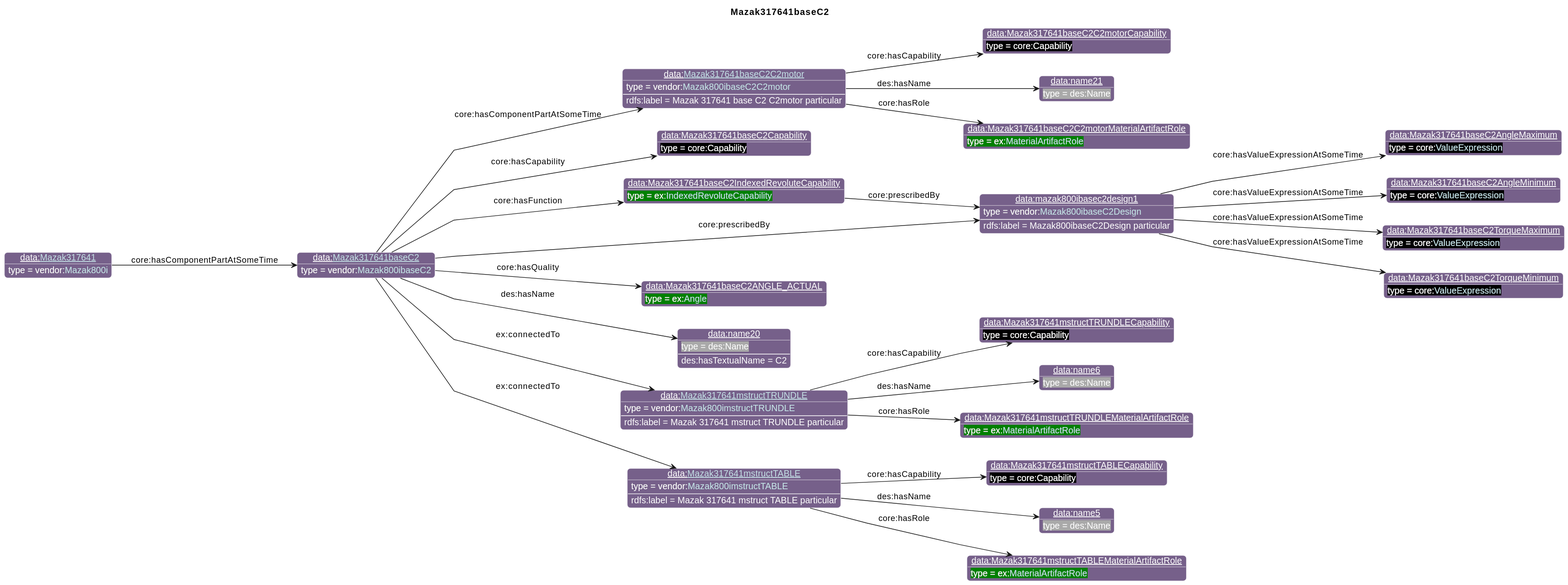
Above: diagrams/Mazak317641baseC2.svg in iofoundry/example-syseng-mtconnect (PlantUML), before the change.
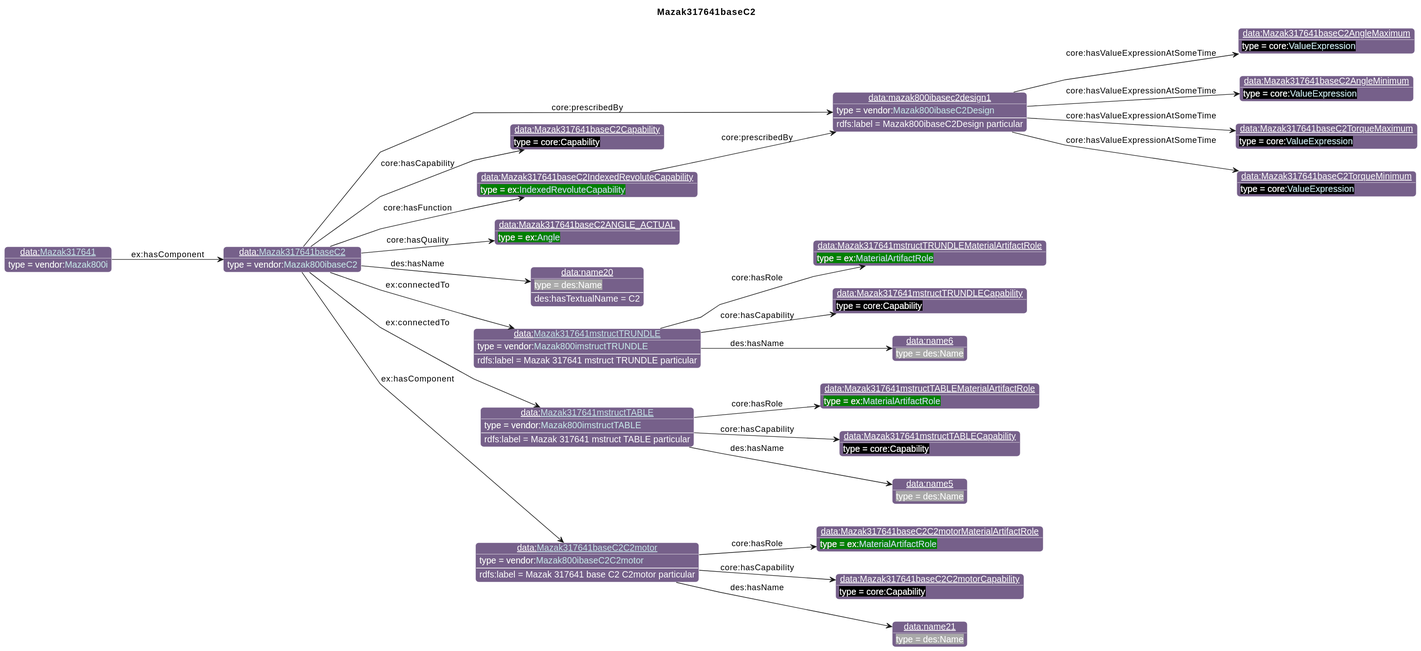
Later version of the same file.

The edit, as a diff of the source:
```diff
@@ -32,21 +32,21 @@
 individual(o4, data:Mazak317641baseC2TorqueMaximum, core:[[https://spec.industrialontologies.org/ontology/core/Core/ValueExpression ValueExpression]])
 individual(o5, data:Mazak317641baseC2TorqueMinimum, core:[[https://spec.industrialontologies.org/ontology/core/Core/ValueExpression ValueExpression]])
 individual(o6, data:Mazak317641baseC2Capability, core:Capability)
-individual(o7, data:[[./Mazak317641baseC2C2motor.html Mazak317641baseC2C2motor]], vendor:[[../Mazak.html#Mazak800ibaseC2C2motor Mazak800ibaseC2C2motor]])
-individual(o8, data:Mazak317641baseC2C2motorMaterialArtifactRole, ex:[[../Example.html#MaterialArtifactRole MaterialArtifactRole]])
-individual(o9, data:Mazak317641baseC2C2motorCapability, core:Capability)
-individual(o10, data:name21, des:Name)
-individual(o11, data:Mazak317641baseC2IndexedRevoluteCapability, ex:[[../Example.html#IndexedRevoluteCapability IndexedRevoluteCapability]])
-individual(o12, data:Mazak317641baseC2ANGLE_ACTUAL, ex:[[../Example.html#Angle Angle]])
-individual(o13, data:name20, des:Name)
-individual(o14, data:[[./Mazak317641mstructTRUNDLE.html Mazak317641mstructTRUNDLE]], vendor:[[../Mazak.html#Mazak800imstructTRUNDLE Mazak800imstructTRUNDLE]])
-individual(o15, data:Mazak317641mstructTRUNDLEMaterialArtifactRole, ex:[[../Example.html#MaterialArtifactRole MaterialArtifactRole]])
-individual(o16, data:Mazak317641mstructTRUNDLECapability, core:Capability)
-individual(o17, data:name6, des:Name)
-individual(o18, data:[[./Mazak317641mstructTABLE.html Mazak317641mstructTABLE]], vendor:[[../Mazak.html#Mazak800imstructTABLE Mazak800imstructTABLE]])
-individual(o19, data:Mazak317641mstructTABLEMaterialArtifactRole, ex:[[../Example.html#MaterialArtifactRole MaterialArtifactRole]])
-individual(o20, data:Mazak317641mstructTABLECapability, core:Capability)
-individual(o21, data:name5, des:Name)
+individual(o7, data:Mazak317641baseC2IndexedRevoluteCapability, ex:[[../Example.html#IndexedRevoluteCapability IndexedRevoluteCapability]])
+individual(o8, data:Mazak317641baseC2ANGLE_ACTUAL, ex:[[../Example.html#Angle Angle]])
+individual(o9, data:name20, des:Name)
+individual(o10, data:[[./Mazak317641mstructTRUNDLE.html Mazak317641mstructTRUNDLE]], vendor:[[../Mazak.html#Mazak800imstructTRUNDLE Mazak800imstructTRUNDLE]])
+individual(o11, data:Mazak317641mstructTRUNDLEMaterialArtifactRole, ex:[[../Example.html#MaterialArtifactRole MaterialArtifactRole]])
+individual(o12, data:Mazak317641mstructTRUNDLECapability, core:Capability)
+individual(o13, data:name6, des:Name)
+individual(o14, data:[[./Mazak317641mstructTABLE.html Mazak317641mstructTABLE]], vendor:[[../Mazak.html#Mazak800imstructTABLE Mazak800imstructTABLE]])
+individual(o15, data:Mazak317641mstructTABLEMaterialArtifactRole, ex:[[../Example.html#MaterialArtifactRole MaterialArtifactRole]])
+individual(o16, data:Mazak317641mstructTABLECapability, core:Capability)
+individual(o17, data:name5, des:Name)
+individual(o18, data:[[./Mazak317641baseC2C2motor.html Mazak317641baseC2C2motor]], vendor:[[../Mazak.html#Mazak800ibaseC2C2motor Mazak800ibaseC2C2motor]])
+individual(o19, data:Mazak317641baseC2C2motorMaterialArtifactRole, ex:[[../Example.html#MaterialArtifactRole MaterialArtifactRole]])
+individual(o20, data:Mazak317641baseC2C2motorCapability, core:Capability)
+individual(o21, data:name21, des:Name)
 individual(o22, data:[[./Mazak317641.html Mazak317641]], vendor:[[../Mazak.html#Mazak800i Mazak800i]])
 property(o0, "core:prescribedBy", o1)
 data(o1, "rdfs:label", "Mazak800ibaseC2Design particular")
@@ -55,25 +55,25 @@
 property(o1, "core:hasValueExpressionAtSomeTime", o4)
 property(o1, "core:hasValueExpressionAtSomeTime", o5)
 property(o0, "core:hasCapability", o6)
-property(o0, "core:hasComponentPartAtSomeTime", o7)
-data(o7, "rdfs:label", "Mazak 317641 base C2 C2motor particular")
-property(o7, "core:hasRole", o8)
-property(o7, "core:hasCapability", o9)
-property(o7, "des:hasName", o10)
-property(o0, "core:hasFunction", o11)
-property(o11, "core:prescribedBy", o1)
-property(o0, "core:hasQuality", o12)
-property(o0, "des:hasName", o13)
-data(o13, "des:hasTextualName", "C2")
+property(o0, "core:hasFunction", o7)
+property(o7, "core:prescribedBy", o1)
+property(o0, "core:hasQuality", o8)
+property(o0, "des:hasName", o9)
+data(o9, "des:hasTextualName", "C2")
+property(o0, "ex:connectedTo", o10)
+data(o10, "rdfs:label", "Mazak 317641 mstruct TRUNDLE particular")
+property(o10, "core:hasRole", o11)
+property(o10, "core:hasCapability", o12)
+property(o10, "des:hasName", o13)
 property(o0, "ex:connectedTo", o14)
-data(o14, "rdfs:label", "Mazak 317641 mstruct TRUNDLE particular")
+data(o14, "rdfs:label", "Mazak 317641 mstruct TABLE particular")
 property(o14, "core:hasRole", o15)
 property(o14, "core:hasCapability", o16)
 property(o14, "des:hasName", o17)
-property(o0, "ex:connectedTo", o18)
-data(o18, "rdfs:label", "Mazak 317641 mstruct TABLE particular")
+property(o0, "ex:hasComponent", o18)
+data(o18, "rdfs:label", "Mazak 317641 base C2 C2motor particular")
 property(o18, "core:hasRole", o19)
 property(o18, "core:hasCapability", o20)
 property(o18, "des:hasName", o21)
-property(o22, "core:hasComponentPartAtSomeTime", o0)
+property(o22, "ex:hasComponent", o0)
 @enduml
```
